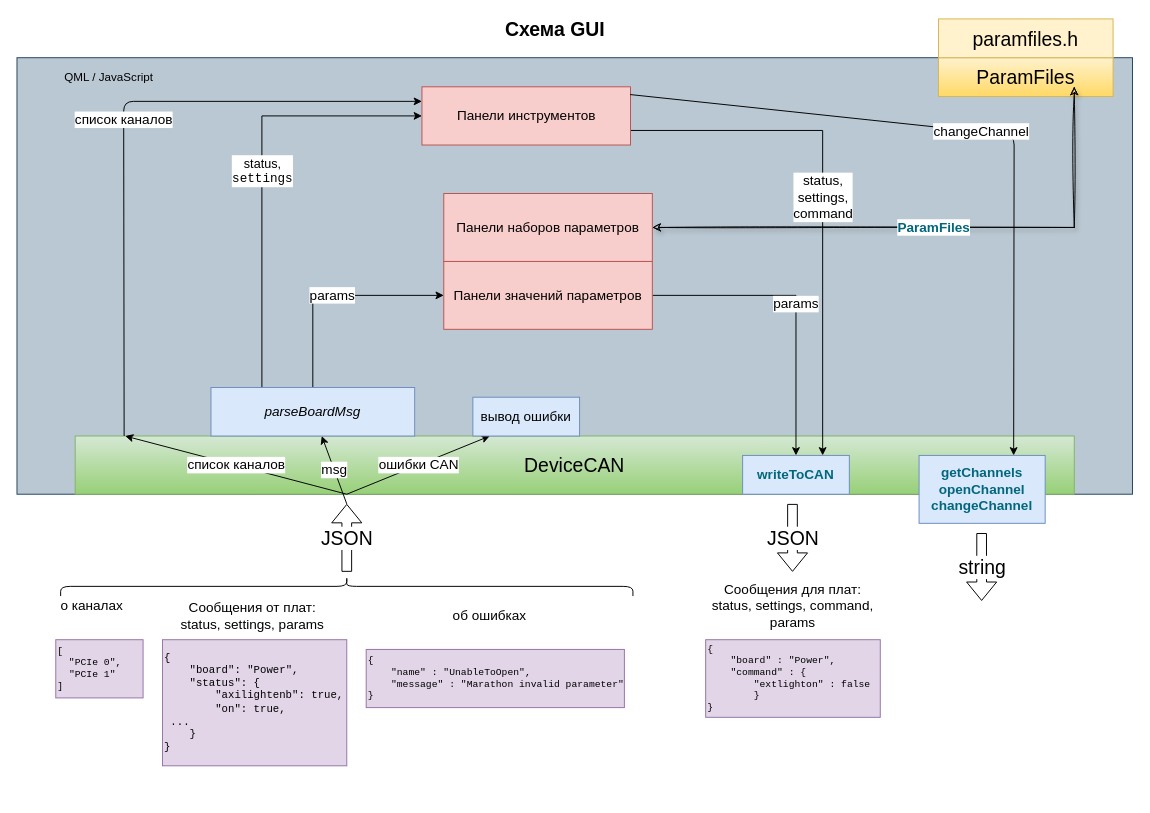
ponBulat/dia keeps this draw.io diagram as LaserSTUDIO2_GUI.drawio. Above is the earlier version. Source tidied: cells renumbered, new cells numbered last; positions are measured from the earlier drawing's top-left corner, leaving out a move shared by most shapes. Both pictures are drawn from the tidied source at 97%, with x=0, y=0 at pixel (16, 18).
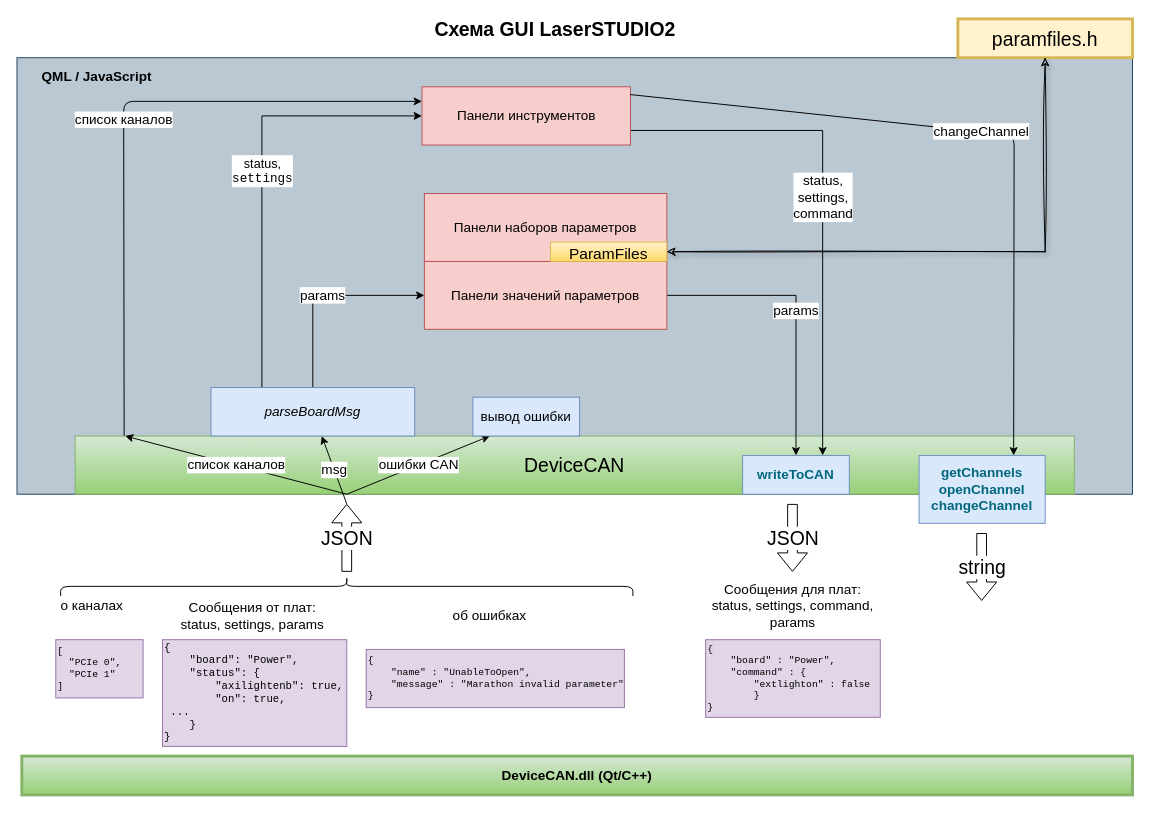
Above is the later version.

What changed in the source:
```diff
@@
-    <mxCell id="3" value="QML / JavaScript" style="text;html=1;strokeColor=none;fillColor=none;align=center;verticalAlign=middle;whiteSpace=wrap;rounded=0;" parent="1" vertex="1">
-      <mxGeometry x="40" y="50" width="110" height="20" as="geometry" />
+    <mxCell id="3" value="QML / JavaScript" style="text;html=1;strokeColor=none;fillColor=none;align=center;verticalAlign=middle;whiteSpace=wrap;rounded=0;fontStyle=1;fontSize=14;" parent="1" vertex="1">
+      <mxGeometry y="50" width="165" height="20" as="geometry" />
     </mxCell>
-    <mxCell id="4" value="Схема GUI" style="text;html=1;strokeColor=none;fillColor=none;align=center;verticalAlign=middle;whiteSpace=wrap;rounded=0;fontStyle=1;fontSize=20;" parent="1" vertex="1">
+    <mxCell id="4" value="Схема GUI LaserSTUDIO2" style="text;html=1;strokeColor=none;fillColor=none;align=center;verticalAlign=middle;whiteSpace=wrap;rounded=0;fontStyle=1;fontSize=20;" parent="1" vertex="1">
       <mxGeometry x="270" width="570" height="20" as="geometry" />
     </mxCell>
@@
-    <mxCell id="7" value="ParamFiles" style="rounded=0;whiteSpace=wrap;html=1;fontSize=20;gradientColor=#ffd966;fillColor=#fff2cc;strokeColor=#d6b656;" parent="1" vertex="1">
-      <mxGeometry x="950" y="40" width="180" height="40" as="geometry" />
-    </mxCell>
@@
     <mxCell id="11" value="&lt;pre style=&quot;font-size: 11px&quot;&gt;&lt;font style=&quot;font-size: 11px&quot;&gt;{&lt;br&gt;    &lt;span class=&quot;pl-s&quot;&gt;&lt;span class=&quot;pl-pds&quot;&gt;&quot;&lt;/span&gt;board&lt;span class=&quot;pl-pds&quot;&gt;&quot;&lt;/span&gt;&lt;/span&gt;: &lt;span class=&quot;pl-s&quot;&gt;&lt;span class=&quot;pl-pds&quot;&gt;&quot;&lt;/span&gt;Power&lt;span class=&quot;pl-pds&quot;&gt;&quot;&lt;/span&gt;&lt;/span&gt;,&lt;br&gt;    &lt;span class=&quot;pl-s&quot;&gt;&lt;span class=&quot;pl-pds&quot;&gt;&quot;&lt;/span&gt;status&lt;span class=&quot;pl-pds&quot;&gt;&quot;&lt;/span&gt;&lt;/span&gt;: {&lt;br&gt;        &lt;span class=&quot;pl-s&quot;&gt;&lt;span class=&quot;pl-pds&quot;&gt;&quot;&lt;/span&gt;axilightenb&lt;span class=&quot;pl-pds&quot;&gt;&quot;&lt;/span&gt;&lt;/span&gt;: &lt;span class=&quot;pl-c1&quot;&gt;true&lt;/span&gt;,&lt;br&gt;        &lt;span class=&quot;pl-s&quot;&gt;&lt;span class=&quot;pl-pds&quot;&gt;&quot;&lt;/span&gt;on&lt;span class=&quot;pl-pds&quot;&gt;&quot;&lt;/span&gt;&lt;/span&gt;: &lt;span class=&quot;pl-c1&quot;&gt;true&lt;/span&gt;,&lt;br&gt;&lt;span class=&quot;pl-c1&quot;&gt;&lt;/span&gt;&lt;span style=&quot;white-space: pre&quot;&gt; &lt;/span&gt;...&lt;br&gt;    }&lt;br&gt;}&lt;/font&gt;&lt;/pre&gt;" style="text;html=1;strokeColor=#9673a6;fillColor=#e1d5e7;align=left;verticalAlign=middle;whiteSpace=wrap;rounded=0;fontSize=20;" parent="1" vertex="1">
-      <mxGeometry x="150" y="640" width="190" height="130" as="geometry" />
+      <mxGeometry x="150" y="640" width="190" height="110" as="geometry" />
     </mxCell>
@@
-    <mxCell id="18" value="paramfiles.h" style="rounded=0;whiteSpace=wrap;html=1;fontSize=20;fillColor=#fff2cc;strokeColor=#d6b656;" parent="1" vertex="1">
-      <mxGeometry x="950" width="180" height="40" as="geometry" />
+    <mxCell id="18" value="paramfiles.h" style="rounded=0;whiteSpace=wrap;html=1;fontSize=20;fillColor=#fff2cc;strokeColor=#d6b656;strokeWidth=3;" parent="1" vertex="1">
+      <mxGeometry x="970" width="180" height="40" as="geometry" />
     </mxCell>
@@
     <mxCell id="20" value="Панели значений параметров" style="rounded=0;whiteSpace=wrap;html=1;fontSize=14;fillColor=#f8cecc;strokeColor=#b85450;" parent="1" vertex="1">
-      <mxGeometry x="440" y="250" width="215" height="70" as="geometry" />
+      <mxGeometry x="420" y="250" width="250" height="70" as="geometry" />
     </mxCell>
@@
-    <mxCell id="35" value="&lt;span style=&quot;font-weight: 600 ; color: #00677c&quot;&gt;ParamFiles&lt;/span&gt;" style="edgeStyle=orthogonalEdgeStyle;rounded=0;jettySize=auto;html=1;entryX=0.778;entryY=0.75;entryDx=0;entryDy=0;entryPerimeter=0;fontSize=14;jumpStyle=none;shadow=1;sketch=1;startArrow=classic;startFill=1;" parent="1" edge="1" source="36" target="7">
+    <mxCell id="35" style="edgeStyle=orthogonalEdgeStyle;rounded=0;jettySize=auto;html=1;fontSize=14;jumpStyle=none;shadow=1;sketch=1;startArrow=classic;startFill=1;" parent="1" edge="1" source="7" target="18">
       <mxGeometry relative="1" as="geometry" />
     </mxCell>
     <mxCell id="36" value="Панели наборов параметров" style="rounded=0;whiteSpace=wrap;html=1;fontSize=14;fillColor=#f8cecc;strokeColor=#b85450;" parent="1" vertex="1">
-      <mxGeometry x="440" y="180" width="215" height="70" as="geometry" />
+      <mxGeometry x="420" y="180" width="250" height="70" as="geometry" />
     </mxCell>
+    <mxCell id="37" value="&lt;b&gt;DeviceCAN.dll (Qt/C++)&lt;br&gt;&lt;/b&gt;" style="rounded=0;whiteSpace=wrap;html=1;fontSize=14;fillColor=#d5e8d4;strokeColor=#82b366;gradientColor=#97d077;strokeWidth=3;" parent="1" vertex="1">
+      <mxGeometry x="5" y="760" width="1145" height="40" as="geometry" />
+    </mxCell>
+    <mxCell id="7" value="&lt;font style=&quot;font-size: 16px&quot;&gt;ParamFiles&lt;/font&gt;" style="rounded=0;whiteSpace=wrap;html=1;fontSize=20;gradientColor=#ffd966;fillColor=#fff2cc;strokeColor=#d6b656;" parent="1" vertex="1">
+      <mxGeometry x="550" y="230" width="120" height="20" as="geometry" />
+    </mxCell>
```
